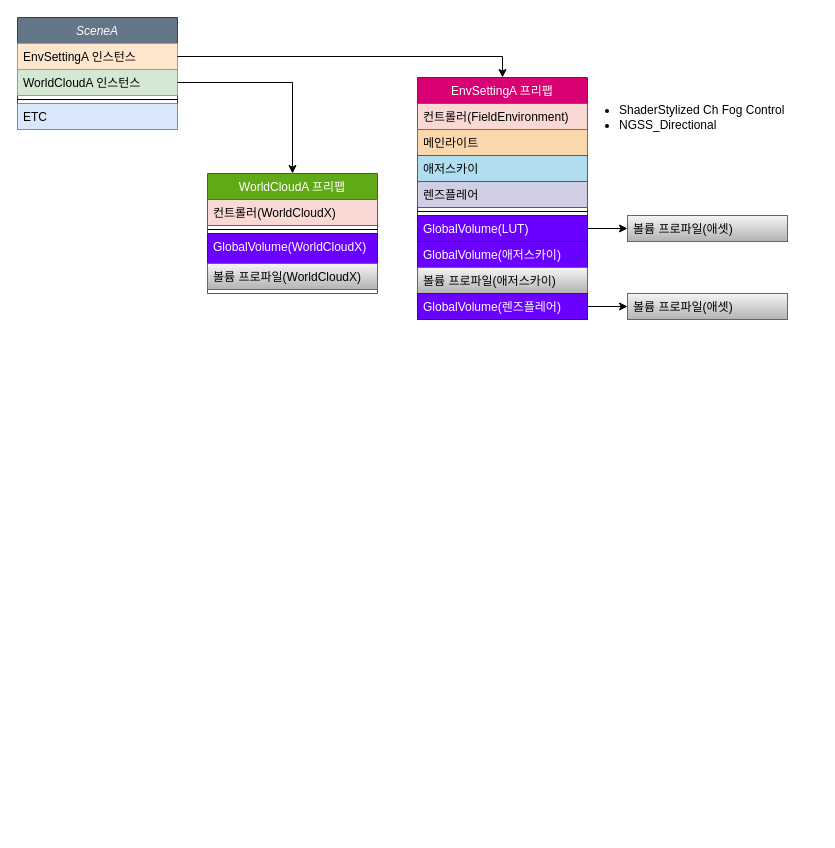
Above: Test.drawio in See1Studios/blog (draw.io), before the change. Source tidied: cells renumbered, new cells numbered last; positions are measured from the earlier drawing's top-left corner, leaving out a move shared by most shapes. Both pictures are drawn from the tidied source at 100%, with x=0, y=0 at pixel (17, 17).
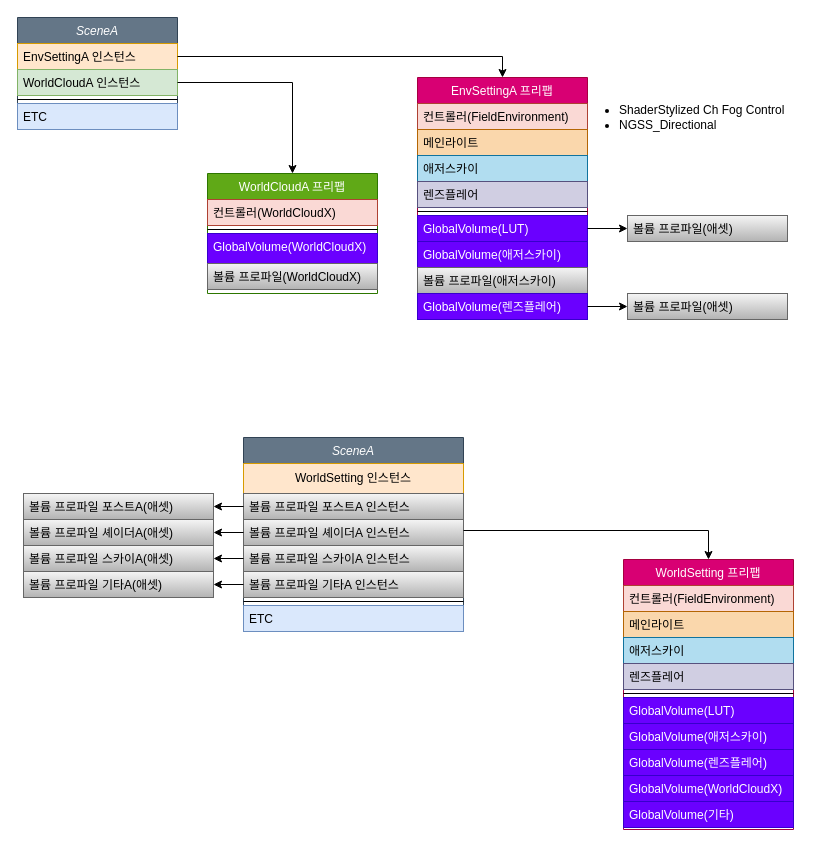
The same diagram, later.

Diff of the diagram source:
```diff
@@
+    <mxCell id="29" value="SceneA" style="swimlane;fontStyle=2;align=center;verticalAlign=top;horizontal=1;startSize=26;rounded=0;shadow=0;strokeWidth=1;fillColor=#647687;fontColor=#ffffff;strokeColor=#314354;" parent="1" vertex="1">
+      <mxGeometry x="226" y="420" width="220" height="194" as="geometry" />
+    </mxCell>
+    <mxCell id="30" value="WorldSetting 인스턴스" style="swimlane;fontStyle=0;horizontal=1;startSize=30;whiteSpace=wrap;html=1;fillColor=#ffe6cc;strokeColor=#d79b00;" parent="29" vertex="1">
+      <mxGeometry y="26" width="220" height="134" as="geometry" />
+    </mxCell>
+    <mxCell id="31" value="볼륨 프로파일 포스트A 인스턴스" style="text;align=left;verticalAlign=top;spacingLeft=4;spacingRight=4;overflow=hidden;points=[[0,0.5],[1,0.5]];portConstraint=eastwest;rounded=0;shadow=0;html=0;fillColor=#f5f5f5;strokeColor=#666666;gradientColor=#b3b3b3;" parent="30" vertex="1">
+      <mxGeometry y="30" width="220" height="26" as="geometry" />
+    </mxCell>
+    <mxCell id="32" value="볼륨 프로파일 셰이더A 인스턴스" style="text;align=left;verticalAlign=top;spacingLeft=4;spacingRight=4;overflow=hidden;points=[[0,0.5],[1,0.5]];portConstraint=eastwest;rounded=0;shadow=0;html=0;fillColor=#f5f5f5;strokeColor=#666666;gradientColor=#b3b3b3;" parent="30" vertex="1">
+      <mxGeometry y="56" width="220" height="26" as="geometry" />
+    </mxCell>
+    <mxCell id="33" value="볼륨 프로파일 스카이A 인스턴스" style="text;align=left;verticalAlign=top;spacingLeft=4;spacingRight=4;overflow=hidden;points=[[0,0.5],[1,0.5]];portConstraint=eastwest;rounded=0;shadow=0;html=0;fillColor=#f5f5f5;strokeColor=#666666;gradientColor=#b3b3b3;" parent="30" vertex="1">
+      <mxGeometry y="82" width="220" height="26" as="geometry" />
+    </mxCell>
+    <mxCell id="34" value="볼륨 프로파일 기타A 인스턴스" style="text;align=left;verticalAlign=top;spacingLeft=4;spacingRight=4;overflow=hidden;points=[[0,0.5],[1,0.5]];portConstraint=eastwest;rounded=0;shadow=0;html=0;fillColor=#f5f5f5;strokeColor=#666666;gradientColor=#b3b3b3;" parent="30" vertex="1">
+      <mxGeometry y="108" width="220" height="26" as="geometry" />
+    </mxCell>
+    <mxCell id="35" style="line;html=1;strokeWidth=1;align=left;verticalAlign=middle;spacingTop=-1;spacingLeft=3;spacingRight=3;labelPosition=right;" parent="29" vertex="1">
+      <mxGeometry y="160" width="220" height="8" as="geometry" />
+    </mxCell>
+    <mxCell id="36" value="ETC" style="text;align=left;verticalAlign=top;spacingLeft=4;spacingRight=4;overflow=hidden;rounded=0;shadow=0;html=0;fillColor=#dae8fc;strokeColor=#6c8ebf;" parent="29" vertex="1">
+      <mxGeometry y="168" width="220" height="26" as="geometry" />
+    </mxCell>
+    <mxCell id="37" value="WorldSetting 프리팹" style="swimlane;fontStyle=0;align=center;verticalAlign=top;horizontal=1;startSize=26;rounded=0;shadow=0;strokeWidth=1;fillColor=#d80073;fontColor=#ffffff;strokeColor=#A50040;" parent="1" vertex="1">
+      <mxGeometry x="606" y="542" width="170" height="270" as="geometry" />
+    </mxCell>
+    <mxCell id="38" value="컨트롤러(FieldEnvironment)" style="text;align=left;verticalAlign=top;spacingLeft=4;spacingRight=4;overflow=hidden;fillColor=#fad9d5;strokeColor=#ae4132;" parent="37" vertex="1">
+      <mxGeometry y="26" width="170" height="26" as="geometry" />
+    </mxCell>
+    <mxCell id="39" value="메인라이트" style="text;align=left;verticalAlign=top;spacingLeft=4;spacingRight=4;overflow=hidden;rounded=0;shadow=0;html=0;fillColor=#fad7ac;strokeColor=#b46504;" parent="37" vertex="1">
+      <mxGeometry y="52" width="170" height="26" as="geometry" />
+    </mxCell>
+    <mxCell id="40" value="애저스카이" style="text;align=left;verticalAlign=top;spacingLeft=4;spacingRight=4;overflow=hidden;rounded=0;shadow=0;html=0;fillColor=#b1ddf0;strokeColor=#10739e;" parent="37" vertex="1">
+      <mxGeometry y="78" width="170" height="26" as="geometry" />
+    </mxCell>
+    <mxCell id="41" value="렌즈플레어" style="text;align=left;verticalAlign=top;spacingLeft=4;spacingRight=4;overflow=hidden;rounded=0;shadow=0;html=0;fillColor=#d0cee2;strokeColor=#56517e;" parent="37" vertex="1">
+      <mxGeometry y="104" width="170" height="26" as="geometry" />
+    </mxCell>
+    <mxCell id="42" style="line;html=1;strokeWidth=1;align=left;verticalAlign=middle;spacingTop=-1;spacingLeft=3;spacingRight=3;labelPosition=right;" parent="37" vertex="1">
+      <mxGeometry y="130" width="170" height="8" as="geometry" />
+    </mxCell>
+    <mxCell id="43" value="GlobalVolume(LUT)" style="text;align=left;verticalAlign=top;spacingLeft=4;spacingRight=4;overflow=hidden;rounded=0;shadow=0;html=0;fillColor=#6a00ff;fontColor=#ffffff;strokeColor=#3700CC;" parent="37" vertex="1">
+      <mxGeometry y="138" width="170" height="26" as="geometry" />
+    </mxCell>
+    <mxCell id="44" value="GlobalVolume(애저스카이)" style="text;align=left;verticalAlign=top;spacingLeft=4;spacingRight=4;overflow=hidden;rounded=0;shadow=0;html=0;fillColor=#6a00ff;fontColor=#ffffff;strokeColor=#3700CC;" parent="37" vertex="1">
+      <mxGeometry y="164" width="170" height="26" as="geometry" />
+    </mxCell>
+    <mxCell id="45" value="GlobalVolume(렌즈플레어)" style="text;align=left;verticalAlign=top;spacingLeft=4;spacingRight=4;overflow=hidden;rounded=0;shadow=0;html=0;fillColor=#6a00ff;fontColor=#ffffff;strokeColor=#3700CC;" parent="37" vertex="1">
+      <mxGeometry y="190" width="170" height="26" as="geometry" />
+    </mxCell>
+    <mxCell id="46" value="GlobalVolume(WorldCloudX)" style="text;align=left;verticalAlign=top;spacingLeft=4;spacingRight=4;overflow=hidden;rounded=0;shadow=0;html=0;fillColor=#6a00ff;fontColor=#ffffff;strokeColor=#3700CC;" parent="37" vertex="1">
+      <mxGeometry y="216" width="170" height="26" as="geometry" />
+    </mxCell>
+    <mxCell id="47" value="GlobalVolume(기타)" style="text;align=left;verticalAlign=top;spacingLeft=4;spacingRight=4;overflow=hidden;rounded=0;shadow=0;html=0;fillColor=#6a00ff;fontColor=#ffffff;strokeColor=#3700CC;" parent="37" vertex="1">
+      <mxGeometry y="242" width="170" height="26" as="geometry" />
+    </mxCell>
+    <mxCell id="48" value="볼륨 프로파일 포스트A(애셋)" style="text;align=left;verticalAlign=top;spacingLeft=4;spacingRight=4;overflow=hidden;points=[[0,0.5],[1,0.5]];portConstraint=eastwest;rounded=0;shadow=0;html=0;fillColor=#f5f5f5;strokeColor=#666666;gradientColor=#b3b3b3;" parent="1" vertex="1">
+      <mxGeometry x="6" y="476" width="190" height="26" as="geometry" />
+    </mxCell>
+    <mxCell id="49" value="볼륨 프로파일 셰이더A(애셋)" style="text;align=left;verticalAlign=top;spacingLeft=4;spacingRight=4;overflow=hidden;points=[[0,0.5],[1,0.5]];portConstraint=eastwest;rounded=0;shadow=0;html=0;fillColor=#f5f5f5;strokeColor=#666666;gradientColor=#b3b3b3;" parent="1" vertex="1">
+      <mxGeometry x="6" y="502" width="190" height="26" as="geometry" />
+    </mxCell>
+    <mxCell id="50" style="edgeStyle=orthogonalEdgeStyle;rounded=0;jettySize=auto;html=1;entryX=0.5;entryY=0;entryDx=0;entryDy=0;" parent="1" edge="1" source="30" target="37">
+      <mxGeometry relative="1" as="geometry" />
+    </mxCell>
+    <mxCell id="51" style="edgeStyle=orthogonalEdgeStyle;rounded=0;jettySize=auto;html=1;entryX=1;entryY=0.5;entryDx=0;entryDy=0;" parent="1" edge="1" source="31" target="48">
+      <mxGeometry relative="1" as="geometry" />
+    </mxCell>
+    <mxCell id="52" style="edgeStyle=orthogonalEdgeStyle;rounded=0;jettySize=auto;html=1;" parent="1" edge="1" source="32" target="49">
+      <mxGeometry relative="1" as="geometry" />
+    </mxCell>
+    <mxCell id="53" value="볼륨 프로파일 스카이A(애셋)" style="text;align=left;verticalAlign=top;spacingLeft=4;spacingRight=4;overflow=hidden;points=[[0,0.5],[1,0.5]];portConstraint=eastwest;rounded=0;shadow=0;html=0;fillColor=#f5f5f5;strokeColor=#666666;gradientColor=#b3b3b3;" parent="1" vertex="1">
+      <mxGeometry x="6" y="528" width="190" height="26" as="geometry" />
+    </mxCell>
+    <mxCell id="54" style="edgeStyle=orthogonalEdgeStyle;rounded=0;jettySize=auto;html=1;entryX=1;entryY=0.5;entryDx=0;entryDy=0;" parent="1" edge="1" source="33" target="53">
+      <mxGeometry relative="1" as="geometry" />
+    </mxCell>
+    <mxCell id="55" value="볼륨 프로파일 기타A(애셋)" style="text;align=left;verticalAlign=top;spacingLeft=4;spacingRight=4;overflow=hidden;points=[[0,0.5],[1,0.5]];portConstraint=eastwest;rounded=0;shadow=0;html=0;fillColor=#f5f5f5;strokeColor=#666666;gradientColor=#b3b3b3;" parent="1" vertex="1">
+      <mxGeometry x="6" y="554" width="190" height="26" as="geometry" />
+    </mxCell>
+    <mxCell id="56" style="edgeStyle=orthogonalEdgeStyle;rounded=0;jettySize=auto;html=1;entryX=1;entryY=0.5;entryDx=0;entryDy=0;" parent="1" edge="1" source="34" target="55">
+      <mxGeometry relative="1" as="geometry" />
+    </mxCell>
```
